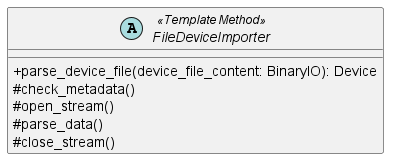
This is src/PB/DocumentazioneEsterna/Specifica_Tecnica/content/05-diagrammi-classi/uml/png/ImportDevice/FileDeviceImporter.png from GroupRubberDuck/Documentazione, a PlantUML export, as it was before one commit. Its diagram source:
```plantuml
@startuml FileDeviceImporter
skinparam classAttributeIconSize 0

abstract class FileDeviceImporter <<Template Method>> {
       + parse_device_file(device_file_content: BinaryIO): Device
       # check_metadata()
       # open_stream()
       # parse_data()
       # close_stream()
   }


@enduml
```
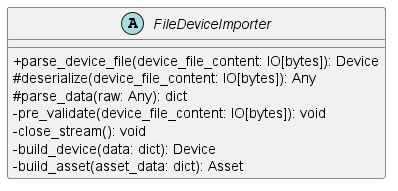
Above is the later version.

The edit, as a diff of the source:
```diff
@@ -1,13 +1,14 @@
 @startuml FileDeviceImporter
 skinparam classAttributeIconSize 0
 
-abstract class FileDeviceImporter <<Template Method>> {
-       + parse_device_file(device_file_content: BinaryIO): Device
-       # check_metadata()
-       # open_stream()
-       # parse_data()
-       # close_stream()
-   }
-
+abstract class FileDeviceImporter {
+    + parse_device_file(device_file_content: IO[bytes]): Device
+    # deserialize(device_file_content: IO[bytes]): Any
+    # parse_data(raw: Any): dict
+    - pre_validate(device_file_content: IO[bytes]): void
+    - close_stream(): void
+    - build_device(data: dict): Device
+    - build_asset(asset_data: dict): Asset
+}
 
 @enduml
```
